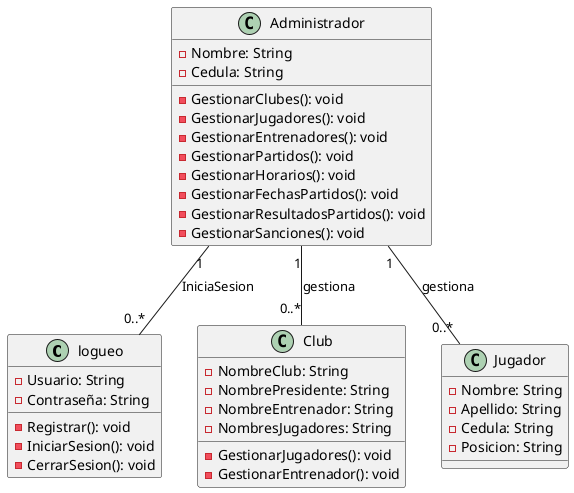
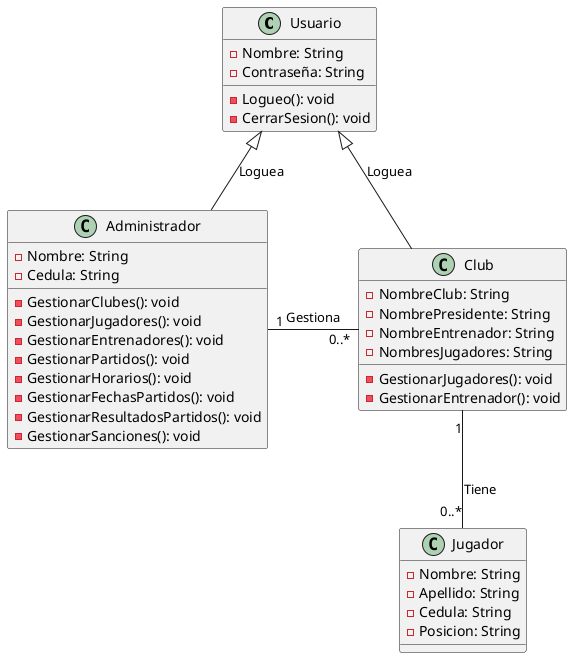
@startuml Final

- class logueo {
-     -Usuario: String
+ class Usuario {
+     -Nombre: String
    -Contraseña: String

-     -Registrar(): void
-     -IniciarSesion(): void
+     -Logueo(): void
    -CerrarSesion(): void

}

class Administrador {
    -Nombre: String
    -Cedula: String

    -GestionarClubes(): void
    -GestionarJugadores(): void
    -GestionarEntrenadores(): void
    -GestionarPartidos(): void
    -GestionarHorarios(): void
    -GestionarFechasPartidos(): void
    -GestionarResultadosPartidos(): void
    -GestionarSanciones(): void

}

class Club {
    -NombreClub: String
    -NombrePresidente: String
    -NombreEntrenador: String
    -NombresJugadores: String

    -GestionarJugadores(): void
    -GestionarEntrenador(): void


}

class Jugador {
    -Nombre: String
    -Apellido: String
    -Cedula: String
    -Posicion: String

}
- Administrador "1" -- "0..*" Club : gestiona
- Administrador "1" -- "0..*" Jugador : gestiona
- Administrador "1" -- "0..*" logueo : IniciaSesion
+ Usuario <|-- Administrador: Loguea
+ Usuario <|-- Club: Loguea
+ Administrador "1" -right- "0..*" Club: Gestiona
+ Club "1" -down- "0..*" Jugador: Tiene
+ 
@enduml